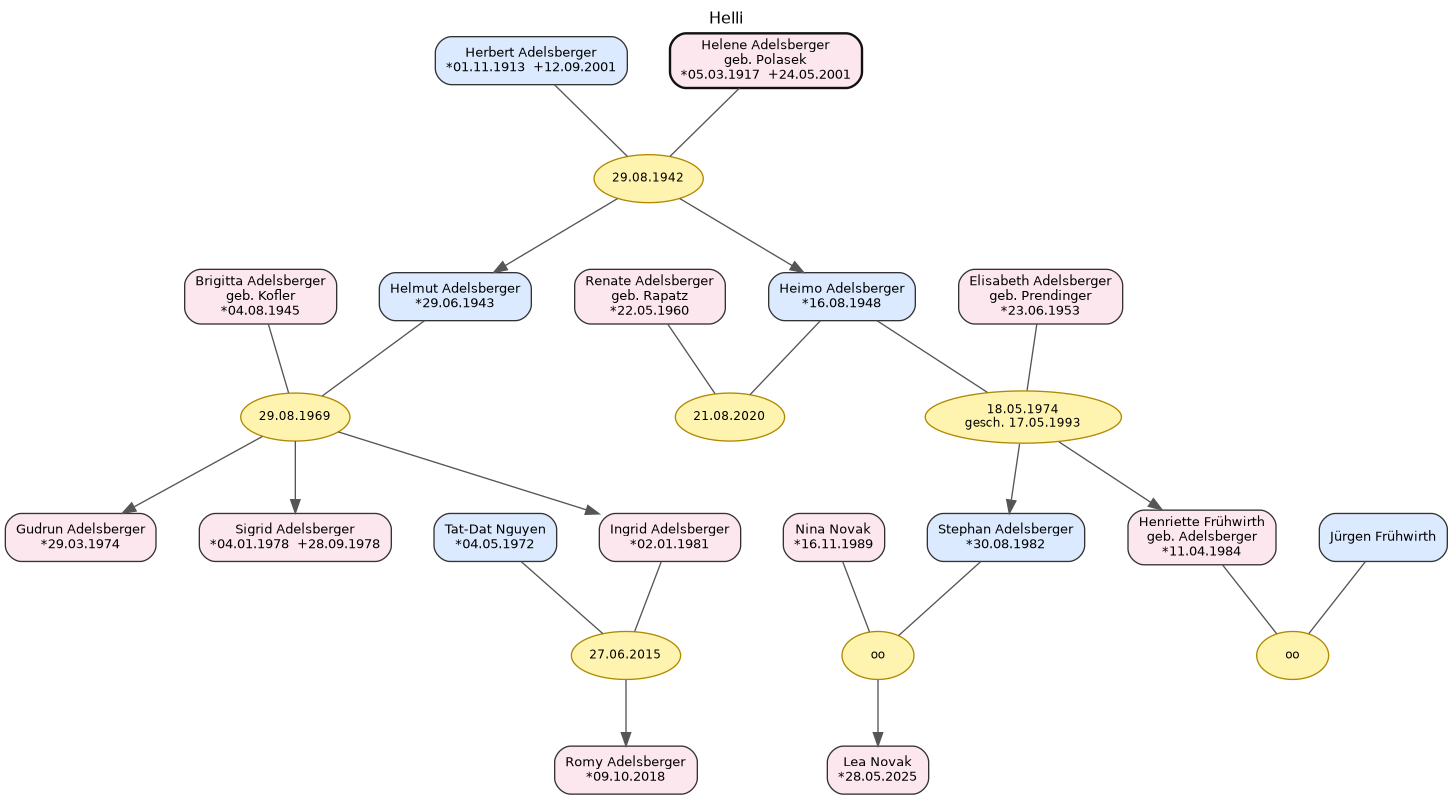
Earlier version of the Graphviz export Helli_0_10.png (Konfusius16/Ahnentafel-Polasek). Its source is kept beside it as Helli_0_10.dot.
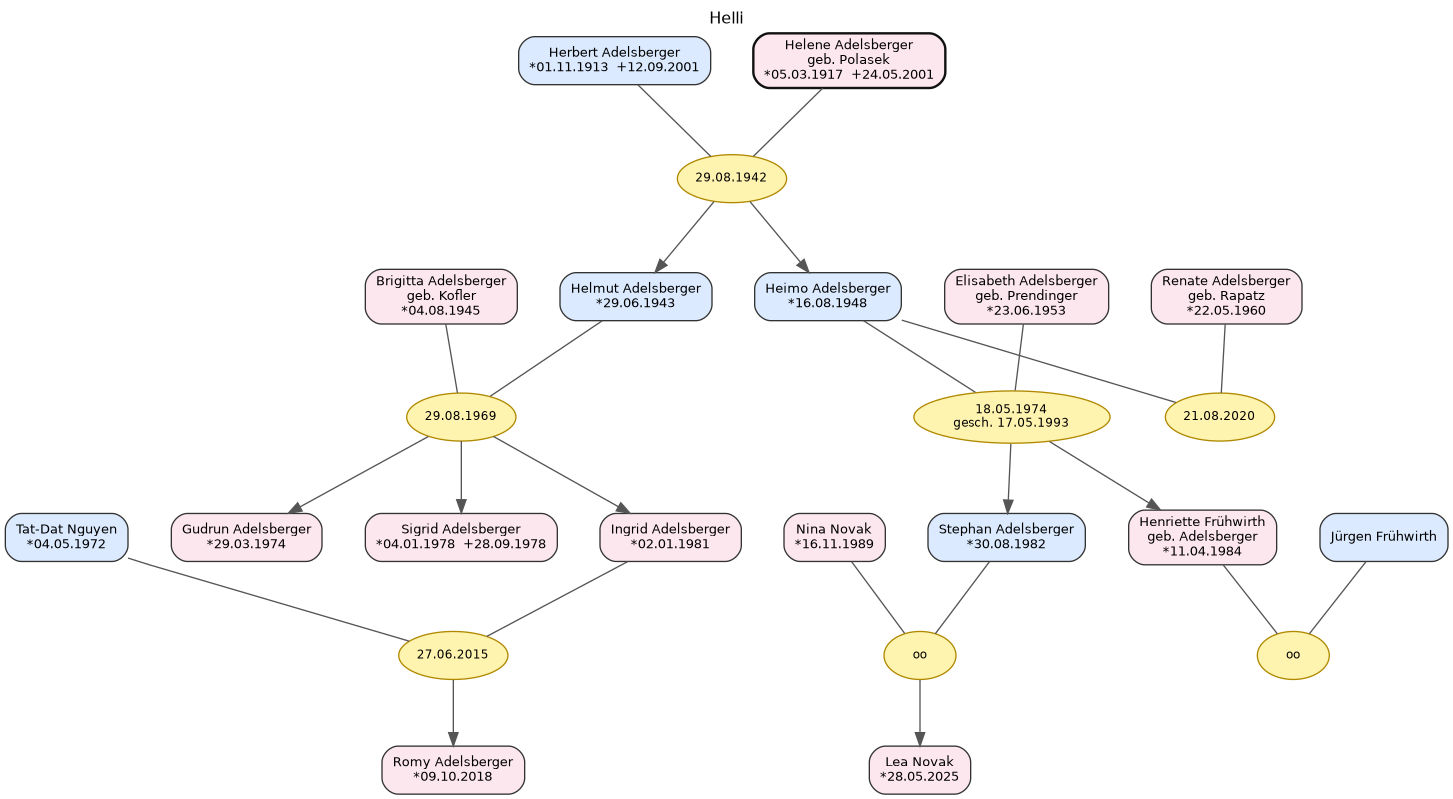
After the change.

Change to the diagram source:
```diff
@@ -3,132 +3,44 @@
 	graph [fontname="DejaVu Sans" fontsize=12 label=Helli labelloc=t]
 	node [color="#333333" fontname="DejaVu Sans" fontsize=10 shape=box style="rounded,filled"]
 	edge [color="#555555" fontname="DejaVu Sans"]
-	att33 [label="Sigrid Adelsberger
-*04.01.1978  +28.09.1978" fillcolor="#fde7ef" id=P_att33]
-	att05 [label="Herbert Adelsberger
-*01.11.1913  +12.09.2001" fillcolor="#dbeafe" id=P_att05]
-	att08 [label="Renate Adelsberger
-geb. Rapatz
-*22.05.1960" fillcolor="#fde7ef" id=P_att08]
+	g6p09 [label="Tat-Dat Nguyen
+*04.05.1972" fillcolor="#dbeafe" id=P_g6p09]
 	att32 [label="Gudrun Adelsberger
 *29.03.1974" fillcolor="#fde7ef" id=P_att32]
-	att14 [label="Elisabeth Adelsberger
-geb. Prendinger
-*23.06.1953" fillcolor="#fde7ef" id=P_att14]
-	g6p10 [label="Romy Adelsberger
-*09.10.2018" fillcolor="#fde7ef" id=P_g6p10]
-	att36 [label="Helmut Adelsberger
-*29.06.1943" fillcolor="#dbeafe" id=P_att36]
+	g6p13 [label="Jürgen Frühwirth" fillcolor="#dbeafe" id=P_g6p13]
 	g6p02 [label="Brigitta Adelsberger
 geb. Kofler
 *04.08.1945" fillcolor="#fde7ef" id=P_g6p02]
-	att06 [label="Helene Adelsberger
-geb. Polasek
-*05.03.1917  +24.05.2001" color="#111111" fillcolor="#fde7ef" id=P_att06 penwidth=1.8]
+	att05 [label="Herbert Adelsberger
+*01.11.1913  +12.09.2001" fillcolor="#dbeafe" id=P_att05]
+	att07 [label="Heimo Adelsberger
+*16.08.1948" fillcolor="#dbeafe" id=P_att07]
+	att34 [label="Ingrid Adelsberger
+*02.01.1981" fillcolor="#fde7ef" id=P_att34]
 	att21 [label="Stephan Adelsberger
 *30.08.1982" fillcolor="#dbeafe" id=P_att21]
 	att35 [label="Henriette Frühwirth
 geb. Adelsberger
 *11.04.1984" fillcolor="#fde7ef" id=P_att35]
+	att08 [label="Renate Adelsberger
+geb. Rapatz
+*22.05.1960" fillcolor="#fde7ef" id=P_att08]
+	att41 [label="Lea Novak
+*28.05.2025" fillcolor="#fde7ef" id=P_att41]
+	g6p10 [label="Romy Adelsberger
+*09.10.2018" fillcolor="#fde7ef" id=P_g6p10]
 	attS02 [label="Nina Novak
 *16.11.1989" fillcolor="#fde7ef" id=P_attS02]
-	g6p13 [label="Jürgen Frühwirth" fillcolor="#dbeafe" id=P_g6p13]
-	att41 [label="Lea Novak
-*28.05.2025" fillcolor="#fde7ef" id=P_att41]
-	g6p09 [label="Tat-Dat Nguyen
-*04.05.1972" fillcolor="#dbeafe" id=P_g6p09]
-	att07 [label="Heimo Adelsberger
-*16.08.1948" fillcolor="#dbeafe" id=P_att07]
-	att34 [label="Ingrid Adelsberger
-*02.01.1981" fillcolor="#fde7ef" id=P_att34]
-	M_attF3 [label="21.08.2020" color="#b08900" fillcolor="#fff3b0" fontsize=9 id=M_attF3 shape=ellipse style=filled]
-	subgraph rank_attF3 {
-		rank=same
-		att07
-		att08
-	}
-	att07 -> att08 [constraint=true minlen=0 style=invis weight=3600]
-	att07 -> M_attF3 [dir=none minlen=1 weight=60]
-	att08 -> M_attF3 [dir=none minlen=1 weight=60]
-	M_attF2 [label="29.08.1942" color="#b08900" fillcolor="#fff3b0" fontsize=9 id=M_attF2 shape=ellipse style=filled]
-	subgraph rank_attF2 {
-		rank=same
-		att05
-		att06
-	}
-	att05 -> att06 [constraint=true minlen=0 style=invis weight=3600]
-	att05 -> M_attF2 [dir=none minlen=1 weight=60]
-	att06 -> M_attF2 [dir=none minlen=1 weight=60]
-	subgraph kids_attF2 {
-		rank=same
-		att36
-		att07
-	}
-	M_attF2 -> att36
-	M_attF2 -> att07
-	att36 -> att07 [constraint=true minlen=0 style=invis weight=1400]
-	subgraph pair_att36 {
-		rank=same
-		att36
-		g6p02
-	}
-	att36 -> g6p02 [constraint=true minlen=0 style=invis weight=2600]
-	g6p02 -> att07 [constraint=true minlen=0 style=invis weight=2000]
-	subgraph pair_att07 {
-		rank=same
-		att07
-		att14
-	}
-	att07 -> att14 [constraint=true minlen=0 style=invis weight=2600]
-	M_attF10 [label=oo color="#b08900" fillcolor="#fff3b0" fontsize=9 id=M_attF10 shape=ellipse style=filled]
-	subgraph rank_attF10 {
-		rank=same
-		att21
-		attS02
-	}
-	att21 -> attS02 [constraint=true minlen=0 style=invis weight=3600]
-	att21 -> M_attF10 [dir=none minlen=1 weight=60]
-	attS02 -> M_attF10 [dir=none minlen=1 weight=60]
-	subgraph kids_attF10 {
-		rank=same
-		att41
-	}
-	M_attF10 -> att41
-	M_g6F1 [label="29.08.1969" color="#b08900" fillcolor="#fff3b0" fontsize=9 id=M_g6F1 shape=ellipse style=filled]
-	subgraph rank_g6F1 {
-		rank=same
-		att36
-		g6p02
-	}
-	att36 -> g6p02 [constraint=true minlen=0 style=invis weight=3600]
-	att36 -> M_g6F1 [dir=none minlen=1 weight=60]
-	g6p02 -> M_g6F1 [dir=none minlen=1 weight=60]
-	subgraph kids_g6F1 {
-		rank=same
-		att32
-		att33
-		att34
-	}
-	M_g6F1 -> att32
-	M_g6F1 -> att33
-	M_g6F1 -> att34
-	att32 -> att33 [constraint=true minlen=0 style=invis weight=1400]
-	att33 -> att34 [constraint=true minlen=0 style=invis weight=1400]
-	subgraph pair_att34 {
-		rank=same
-		att34
-		g6p09
-	}
-	g6p09 -> att34 [constraint=true minlen=0 style=invis weight=2600]
-	M_g6F5 [label=oo color="#b08900" fillcolor="#fff3b0" fontsize=9 id=M_g6F5 shape=ellipse style=filled]
-	subgraph rank_g6F5 {
-		rank=same
-		g6p13
-		att35
-	}
-	g6p13 -> att35 [constraint=true minlen=0 style=invis weight=3600]
-	g6p13 -> M_g6F5 [dir=none minlen=1 weight=60]
-	att35 -> M_g6F5 [dir=none minlen=1 weight=60]
+	att06 [label="Helene Adelsberger
+geb. Polasek
+*05.03.1917  +24.05.2001" color="#111111" fillcolor="#fde7ef" id=P_att06 penwidth=1.8]
+	att33 [label="Sigrid Adelsberger
+*04.01.1978  +28.09.1978" fillcolor="#fde7ef" id=P_att33]
+	att36 [label="Helmut Adelsberger
+*29.06.1943" fillcolor="#dbeafe" id=P_att36]
+	att14 [label="Elisabeth Adelsberger
+geb. Prendinger
+*23.06.1953" fillcolor="#fde7ef" id=P_att14]
 	M_attF5 [label="18.05.1974
 gesch. 17.05.1993" color="#b08900" fillcolor="#fff3b0" fontsize=9 id=M_attF5 shape=ellipse style=filled]
 	subgraph rank_attF5 {
@@ -174,6 +86,94 @@
 		g6p10
 	}
 	M_g6F2 -> g6p10
+	M_attF3 [label="21.08.2020" color="#b08900" fillcolor="#fff3b0" fontsize=9 id=M_attF3 shape=ellipse style=filled]
+	subgraph rank_attF3 {
+		rank=same
+		att07
+		att08
+	}
+	att07 -> att08 [constraint=true minlen=0 style=invis weight=3600]
+	att07 -> M_attF3 [dir=none minlen=1 weight=60]
+	att08 -> M_attF3 [dir=none minlen=1 weight=60]
+	M_g6F1 [label="29.08.1969" color="#b08900" fillcolor="#fff3b0" fontsize=9 id=M_g6F1 shape=ellipse style=filled]
+	subgraph rank_g6F1 {
+		rank=same
+		att36
+		g6p02
+	}
+	att36 -> g6p02 [constraint=true minlen=0 style=invis weight=3600]
+	att36 -> M_g6F1 [dir=none minlen=1 weight=60]
+	g6p02 -> M_g6F1 [dir=none minlen=1 weight=60]
+	subgraph kids_g6F1 {
+		rank=same
+		att32
+		att33
+		att34
+	}
+	M_g6F1 -> att32
+	M_g6F1 -> att33
+	M_g6F1 -> att34
+	att32 -> att33 [constraint=true minlen=0 style=invis weight=1400]
+	att33 -> att34 [constraint=true minlen=0 style=invis weight=1400]
+	subgraph pair_att34 {
+		rank=same
+		att34
+		g6p09
+	}
+	g6p09 -> att34 [constraint=true minlen=0 style=invis weight=2600]
+	M_g6F5 [label=oo color="#b08900" fillcolor="#fff3b0" fontsize=9 id=M_g6F5 shape=ellipse style=filled]
+	subgraph rank_g6F5 {
+		rank=same
+		g6p13
+		att35
+	}
+	g6p13 -> att35 [constraint=true minlen=0 style=invis weight=3600]
+	g6p13 -> M_g6F5 [dir=none minlen=1 weight=60]
+	att35 -> M_g6F5 [dir=none minlen=1 weight=60]
+	M_attF2 [label="29.08.1942" color="#b08900" fillcolor="#fff3b0" fontsize=9 id=M_attF2 shape=ellipse style=filled]
+	subgraph rank_attF2 {
+		rank=same
+		att05
+		att06
+	}
+	att05 -> att06 [constraint=true minlen=0 style=invis weight=3600]
+	att05 -> M_attF2 [dir=none minlen=1 weight=60]
+	att06 -> M_attF2 [dir=none minlen=1 weight=60]
+	subgraph kids_attF2 {
+		rank=same
+		att36
+		att07
+	}
+	M_attF2 -> att36
+	M_attF2 -> att07
+	att36 -> att07 [constraint=true minlen=0 style=invis weight=1400]
+	subgraph pair_att36 {
+		rank=same
+		att36
+		g6p02
+	}
+	att36 -> g6p02 [constraint=true minlen=0 style=invis weight=2600]
+	g6p02 -> att07 [constraint=true minlen=0 style=invis weight=2000]
+	subgraph pair_att07 {
+		rank=same
+		att07
+		att14
+	}
+	att07 -> att14 [constraint=true minlen=0 style=invis weight=2600]
+	M_attF10 [label=oo color="#b08900" fillcolor="#fff3b0" fontsize=9 id=M_attF10 shape=ellipse style=filled]
+	subgraph rank_attF10 {
+		rank=same
+		att21
+		attS02
+	}
+	att21 -> attS02 [constraint=true minlen=0 style=invis weight=3600]
+	att21 -> M_attF10 [dir=none minlen=1 weight=60]
+	attS02 -> M_attF10 [dir=none minlen=1 weight=60]
+	subgraph kids_attF10 {
+		rank=same
+		att41
+	}
+	M_attF10 -> att41
 	subgraph gen_0 {
 		rank=same
 		att06
```
